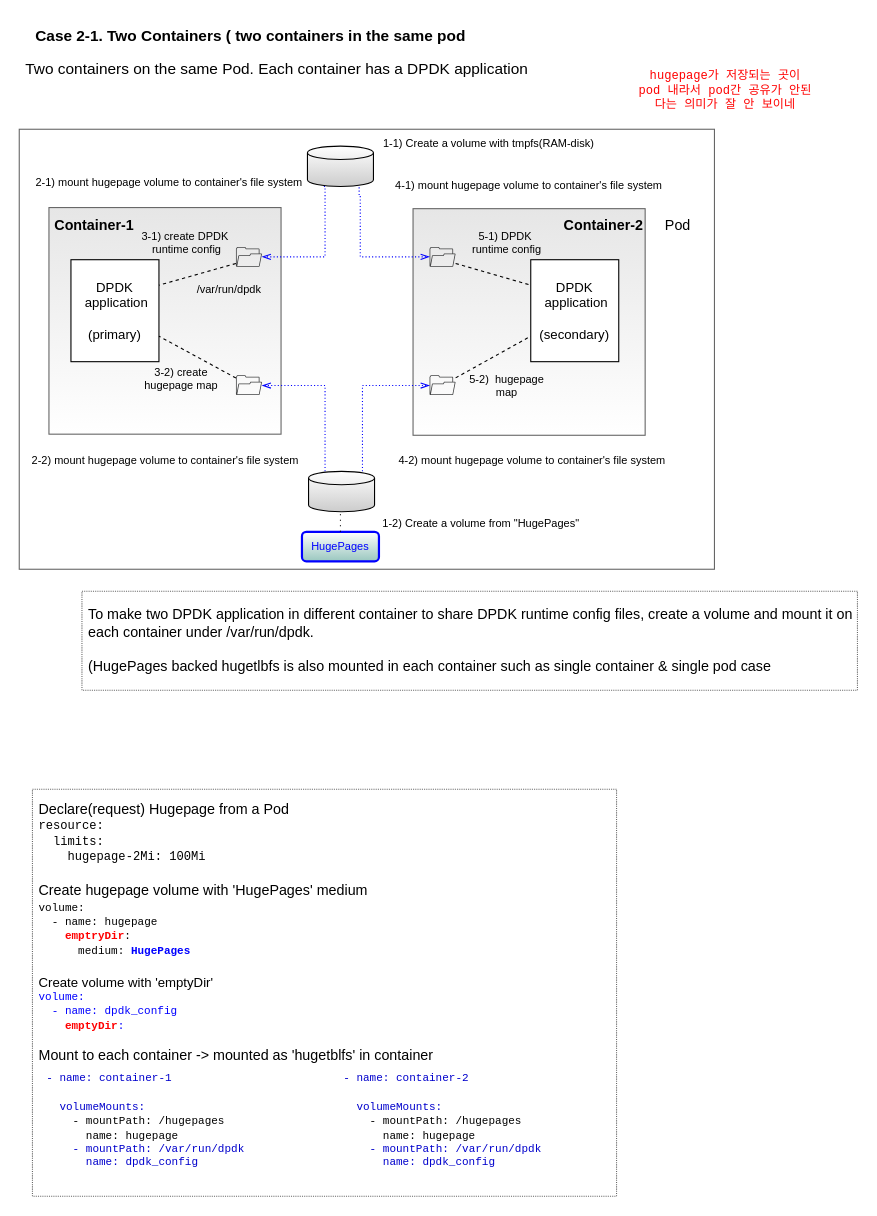
The draw.io diagram page "two container in one pod" (4 of 5) of dpdk multi-process.drawio in cychong47/how-to-share-hugepage-in-k8s, before the edit. Source tidied: cells renumbered, new cells numbered last; positions are measured from the earlier drawing's top-left corner, leaving out a move shared by most shapes. Both pictures are drawn from the tidied source at 110%, with x=0, y=0 at pixel (19, 19).
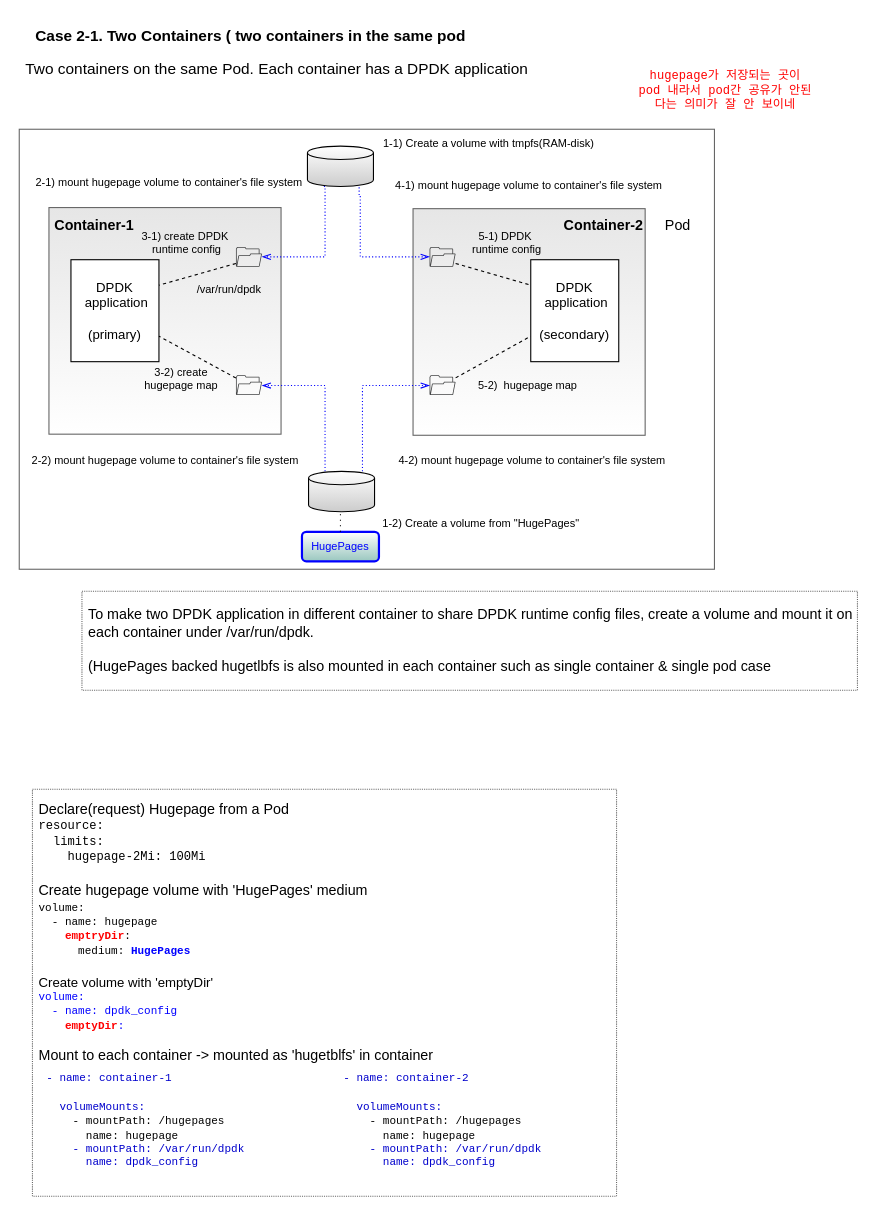
Above is the later version.

Commit message (it also covers changes not shown here):
consider when non-default hugepage is used

Change to the diagram source:
```diff
@@
-    <mxCell id="15" value="5-2) &amp;nbsp;hugepage&lt;br style=&quot;font-size: 10px&quot;&gt;map" style="text;html=1;strokeColor=none;fillColor=none;align=center;verticalAlign=middle;whiteSpace=wrap;rounded=0;fontColor=#000000;fontSize=10;" parent="1" vertex="1">
-      <mxGeometry x="403" y="317.2" width="81" height="30.9" as="geometry" />
+    <mxCell id="15" value="5-2) &amp;nbsp;hugepage&amp;nbsp;map" style="text;html=1;strokeColor=none;fillColor=none;align=center;verticalAlign=middle;whiteSpace=wrap;rounded=0;fontColor=#000000;fontSize=10;" parent="1" vertex="1">
+      <mxGeometry x="403" y="317.2" width="119" height="30.9" as="geometry" />
     </mxCell>
```
